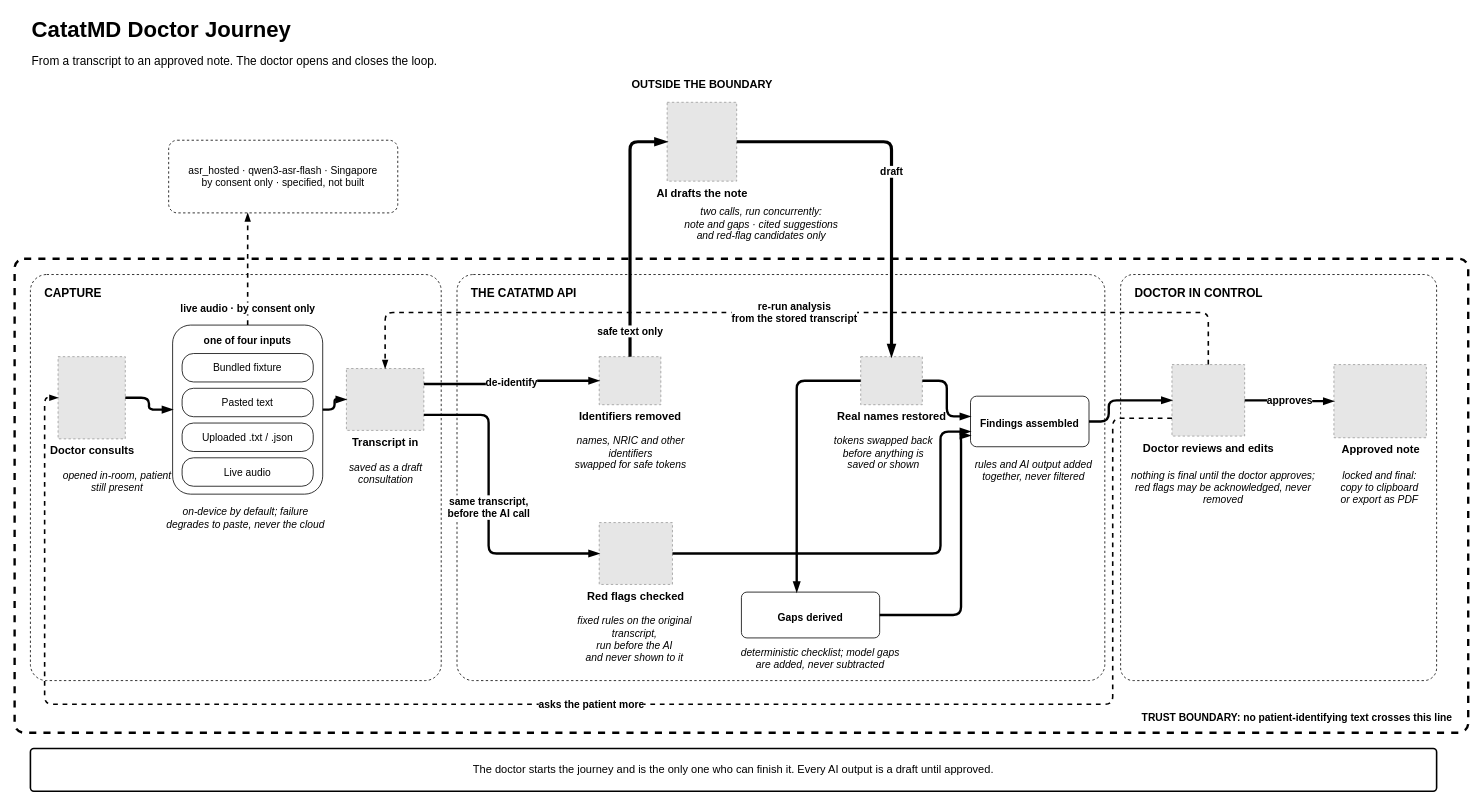
Above: docs/assets/user-journey.drawio in AlaskanTuna/catatmd (draw.io), before the change. Source tidied: cells renumbered, new cells numbered last; positions are measured from the earlier drawing's top-left corner, leaving out a move shared by most shapes. Both pictures are drawn from the tidied source at 79%, with x=0, y=0 at pixel (14, 13). Pictures stored in the file or linked from it are replaced by grey dashed boxes.
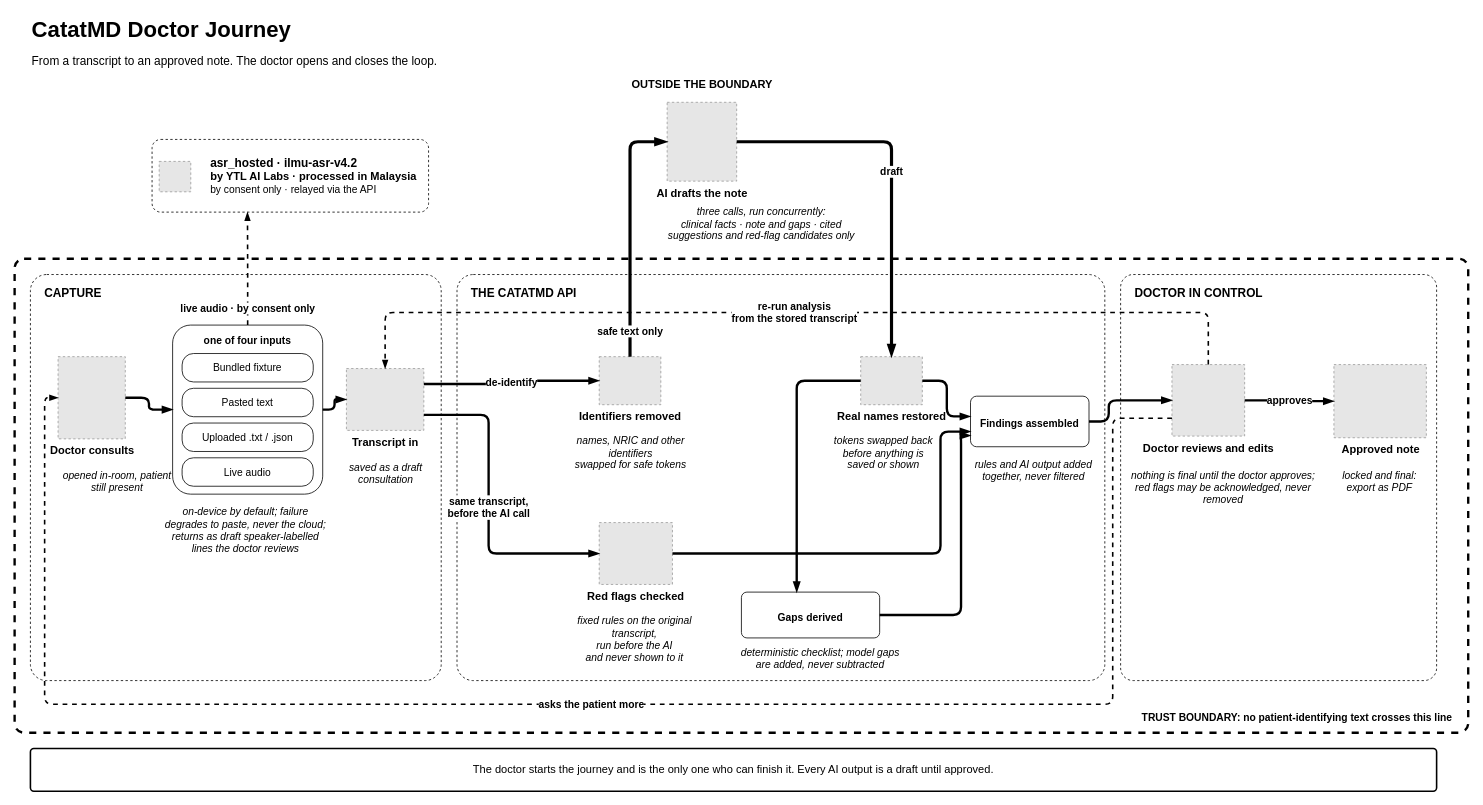
After the change.

Change to the diagram source:
```diff
@@
-    <mxCell id="6" value="two calls, run concurrently:&#10;note and gaps · cited suggestions&#10;and red-flag candidates only" style="text;html=1;align=center;verticalAlign=top;whiteSpace=wrap;fontSize=13;fontStyle=2;fontColor=#000000;" parent="1" vertex="1">
+    <mxCell id="6" value="three calls, run concurrently:&#10;clinical facts · note and gaps · cited&#10;suggestions and red-flag candidates only" style="text;html=1;align=center;verticalAlign=top;whiteSpace=wrap;fontSize=13;fontStyle=2;fontColor=#000000;" parent="1" vertex="1">
       <mxGeometry x="788" y="236" width="315" height="62" as="geometry" />
     </mxCell>
@@
-    <mxCell id="17" value="on-device by default; failure&#10;degrades to paste, never the cloud" style="text;html=1;align=center;verticalAlign=top;whiteSpace=wrap;fontSize=13;fontStyle=2;fontColor=#000000;" parent="1" vertex="1">
-      <mxGeometry x="185" y="616" width="215" height="60" as="geometry" />
+    <mxCell id="17" value="on-device by default; failure&#10;degrades to paste, never the cloud;&#10;returns as draft speaker-labelled&#10;lines the doctor reviews" style="text;html=1;align=center;verticalAlign=top;whiteSpace=wrap;fontSize=13;fontStyle=2;fontColor=#000000;" parent="1" vertex="1">
+      <mxGeometry x="185" y="616" width="215" height="78" as="geometry" />
     </mxCell>
@@
-    <mxCell id="31" value="locked and final:&#10;copy to clipboard&#10;or export as PDF" style="text;html=1;align=center;verticalAlign=top;whiteSpace=wrap;fontSize=13;fontStyle=2;fontColor=#000000;" parent="1" vertex="1">
+    <mxCell id="31" value="locked and final:&#10;export as PDF" style="text;html=1;align=center;verticalAlign=top;whiteSpace=wrap;fontSize=13;fontStyle=2;fontColor=#000000;" parent="1" vertex="1">
       <mxGeometry x="1663" y="570" width="130" height="60" as="geometry" />
     </mxCell>
@@
-    <mxCell id="46" value="asr_hosted · qwen3-asr-flash · Singapore&#10;by consent only · specified, not built" style="rounded=1;whiteSpace=wrap;html=1;arcSize=12;dashed=1;fontSize=13;verticalAlign=middle;fillColor=#ffffff;strokeColor=#000000;fontColor=#000000;" parent="1" vertex="1">
-      <mxGeometry x="195" y="160" width="290" height="92" as="geometry" />
+    <mxCell id="46" value="&lt;font style=&quot;font-size: 15px;&quot;&gt;&lt;b&gt;asr_hosted · ilmu-asr-v4.2&lt;/b&gt;&lt;br&gt;&lt;/font&gt;&lt;b&gt;&lt;font style=&quot;font-size: 14px;&quot;&gt;by YTL AI Labs · processed in Malaysia&lt;br&gt;&lt;/font&gt;&lt;/b&gt;by consent only · relayed via the API" style="rounded=1;whiteSpace=wrap;html=1;arcSize=12;dashed=1;fontSize=13;verticalAlign=middle;align=left;spacingLeft=72;fillColor=#ffffff;strokeColor=#000000;fontColor=#000000;" parent="1" vertex="1">
+      <mxGeometry x="174" y="159" width="350" height="92" as="geometry" />
     </mxCell>
@@
+    <mxCell id="52" style="fillColor=#E6E6E6;strokeColor=#999999;dashed=1;verticalLabelPosition=bottom;labelBackgroundColor=default;verticalAlign=top;" parent="1" vertex="1">
+      <mxGeometry x="183" y="186.8" width="40" height="38.5" as="geometry" />
+    </mxCell>
```
